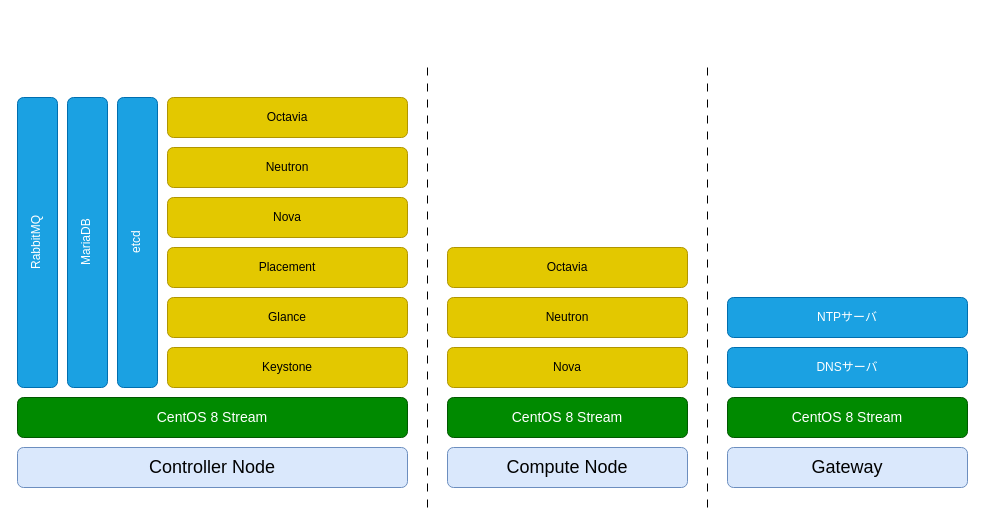
This is _static/image/software_diagram.drawio from 9506hqwy/openstack_study_notes, a draw.io file, before an edit. Source tidied: cells renumbered, new cells numbered last; positions are measured from the earlier drawing's top-left corner, leaving out a move shared by most shapes. Both pictures are drawn from the tidied source at 100%, with x=0, y=0 at pixel (17, 67).
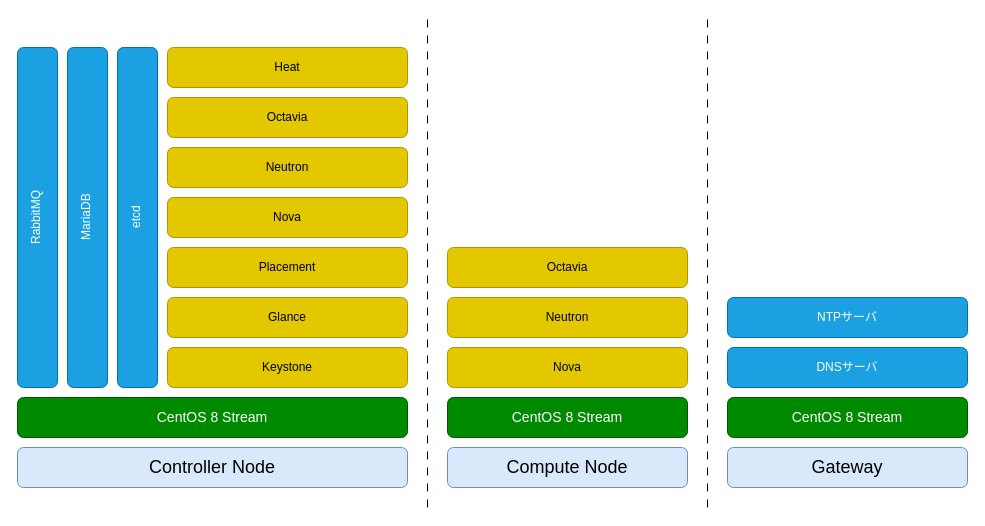
The same page after the edit.

Commit message (it also covers changes not shown here):
Heat について記載した。

What changed in the source:
```diff
@@
     <mxCell id="12" value="RabbitMQ" style="rounded=1;whiteSpace=wrap;html=1;fillColor=#1ba1e2;strokeColor=#006EAF;direction=north;textDirection=vertical-rl;rotation=-180;fontColor=#ffffff;" parent="1" vertex="1">
-      <mxGeometry y="30" width="40" height="290" as="geometry" />
+      <mxGeometry y="-20" width="40" height="340" as="geometry" />
     </mxCell>
     <mxCell id="13" value="MariaDB" style="rounded=1;whiteSpace=wrap;html=1;fillColor=#1ba1e2;strokeColor=#006EAF;direction=north;textDirection=vertical-rl;rotation=-180;fontColor=#ffffff;" parent="1" vertex="1">
-      <mxGeometry x="50" y="30" width="40" height="290" as="geometry" />
+      <mxGeometry x="50" y="-20" width="40" height="340" as="geometry" />
     </mxCell>
     <mxCell id="14" value="etcd" style="rounded=1;whiteSpace=wrap;html=1;fillColor=#1ba1e2;strokeColor=#006EAF;direction=north;textDirection=vertical-rl;rotation=-180;fontColor=#ffffff;" parent="1" vertex="1">
-      <mxGeometry x="100" y="30" width="40" height="290" as="geometry" />
+      <mxGeometry x="100" y="-20" width="40" height="340" as="geometry" />
     </mxCell>
@@
     <mxCell id="20" style="endArrow=none;html=1;rounded=0;dashed=1;dashPattern=8 8;" parent="1" edge="1">
       <mxGeometry relative="1" as="geometry">
         <mxPoint x="690" y="440" as="sourcePoint" />
-        <mxPoint x="690" as="targetPoint" />
+        <mxPoint x="690" y="-50" as="targetPoint" />
       </mxGeometry>
     </mxCell>
     <mxCell id="21" style="endArrow=none;html=1;rounded=0;dashed=1;dashPattern=8 8;" parent="1" edge="1">
       <mxGeometry relative="1" as="geometry">
         <mxPoint x="410" y="440" as="sourcePoint" />
-        <mxPoint x="410" as="targetPoint" />
+        <mxPoint x="410" y="-50" as="targetPoint" />
       </mxGeometry>
     </mxCell>
@@
+    <mxCell id="24" value="Heat" style="rounded=1;whiteSpace=wrap;html=1;fillColor=#e3c800;strokeColor=#B09500;fontColor=#000000;" parent="1" vertex="1">
+      <mxGeometry x="150" y="-20" width="240" height="40" as="geometry" />
+    </mxCell>
```
